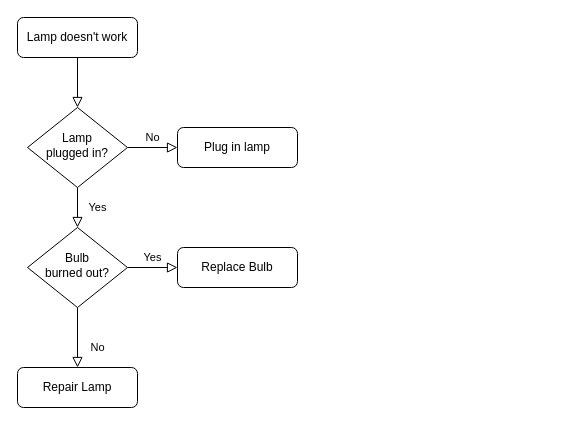
The draw.io diagram Megnevezetlen diagram.drawio in joahajam/draw.io, before the edit. Source tidied: cells renumbered, new cells numbered last; positions are measured from the earlier drawing's top-left corner, leaving out a move shared by most shapes. Both pictures are drawn from the tidied source at 100%, with x=0, y=0 at pixel (17, 17).
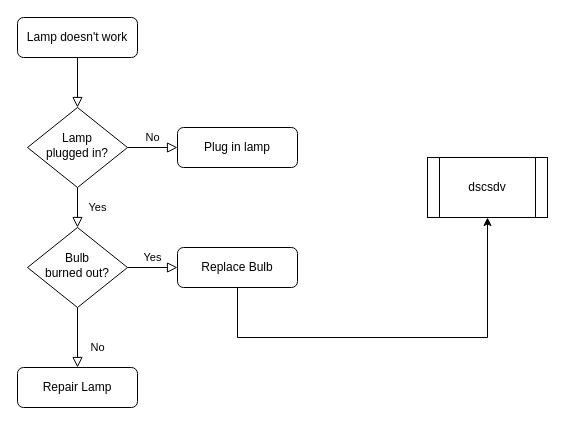
The same page after the edit.

Change to the diagram source:
```diff
@@
 <mxGraphModel>
   <root>
     <mxCell id="0" />
     <mxCell id="1" parent="0" />
     <mxCell id="2" style="rounded=0;html=1;jettySize=auto;fontSize=11;endArrow=block;endFill=0;endSize=8;strokeWidth=1;shadow=0;labelBackgroundColor=none;edgeStyle=orthogonalEdgeStyle;" parent="1" edge="1" source="3" target="6">
       <mxGeometry relative="1" as="geometry" />
     </mxCell>
     <mxCell id="3" value="Lamp doesn't work" style="rounded=1;whiteSpace=wrap;html=1;fontSize=12;glass=0;strokeWidth=1;shadow=0;" parent="1" vertex="1">
       <mxGeometry width="120" height="40" as="geometry" />
     </mxCell>
     <mxCell id="4" value="Yes" style="rounded=0;html=1;jettySize=auto;fontSize=11;endArrow=block;endFill=0;endSize=8;strokeWidth=1;shadow=0;labelBackgroundColor=none;edgeStyle=orthogonalEdgeStyle;" parent="1" edge="1" source="6" target="10">
       <mxGeometry y="20" relative="1" as="geometry" />
     </mxCell>
     <mxCell id="5" value="No" style="edgeStyle=orthogonalEdgeStyle;rounded=0;html=1;jettySize=auto;fontSize=11;endArrow=block;endFill=0;endSize=8;strokeWidth=1;shadow=0;labelBackgroundColor=none;" parent="1" edge="1" source="6" target="7">
       <mxGeometry y="10" relative="1" as="geometry" />
     </mxCell>
     <mxCell id="6" value="Lamp&lt;br&gt;plugged in?" style="rhombus;whiteSpace=wrap;html=1;shadow=0;fontFamily=Helvetica;fontSize=12;align=center;strokeWidth=1;spacing=6;spacingTop=-4;" parent="1" vertex="1">
       <mxGeometry x="10" y="90" width="100" height="80" as="geometry" />
     </mxCell>
     <mxCell id="7" value="Plug in lamp" style="rounded=1;whiteSpace=wrap;html=1;fontSize=12;glass=0;strokeWidth=1;shadow=0;" parent="1" vertex="1">
       <mxGeometry x="160" y="110" width="120" height="40" as="geometry" />
     </mxCell>
     <mxCell id="8" value="No" style="rounded=0;html=1;jettySize=auto;fontSize=11;endArrow=block;endFill=0;endSize=8;strokeWidth=1;shadow=0;labelBackgroundColor=none;edgeStyle=orthogonalEdgeStyle;" parent="1" edge="1" source="10" target="11">
       <mxGeometry x="0.33" y="20" relative="1" as="geometry" />
     </mxCell>
     <mxCell id="9" value="Yes" style="edgeStyle=orthogonalEdgeStyle;rounded=0;html=1;jettySize=auto;fontSize=11;endArrow=block;endFill=0;endSize=8;strokeWidth=1;shadow=0;labelBackgroundColor=none;" parent="1" edge="1" source="10" target="12">
       <mxGeometry y="10" relative="1" as="geometry" />
     </mxCell>
     <mxCell id="10" value="Bulb&lt;br&gt;burned out?" style="rhombus;whiteSpace=wrap;html=1;shadow=0;fontFamily=Helvetica;fontSize=12;align=center;strokeWidth=1;spacing=6;spacingTop=-4;" parent="1" vertex="1">
       <mxGeometry x="10" y="210" width="100" height="80" as="geometry" />
     </mxCell>
     <mxCell id="11" value="Repair Lamp" style="rounded=1;whiteSpace=wrap;html=1;fontSize=12;glass=0;strokeWidth=1;shadow=0;" parent="1" vertex="1">
       <mxGeometry y="350" width="120" height="40" as="geometry" />
     </mxCell>
+    <mxCell id="13" style="edgeStyle=orthogonalEdgeStyle;rounded=0;jettySize=auto;html=1;" parent="1" edge="1" source="12" target="14">
+      <mxGeometry relative="1" as="geometry">
+        <Array as="points">
+          <mxPoint x="220" y="320" />
+          <mxPoint x="470" y="320" />
+        </Array>
+      </mxGeometry>
+    </mxCell>
     <mxCell id="12" value="Replace Bulb" style="rounded=1;whiteSpace=wrap;html=1;fontSize=12;glass=0;strokeWidth=1;shadow=0;" parent="1" vertex="1">
       <mxGeometry x="160" y="230" width="120" height="40" as="geometry" />
     </mxCell>
+    <mxCell id="14" value="dscsdv" style="shape=process;whiteSpace=wrap;html=1;backgroundOutline=1;" parent="1" vertex="1">
+      <mxGeometry x="410" y="140" width="120" height="60" as="geometry" />
+    </mxCell>
   </root>
 </mxGraphModel>
```
